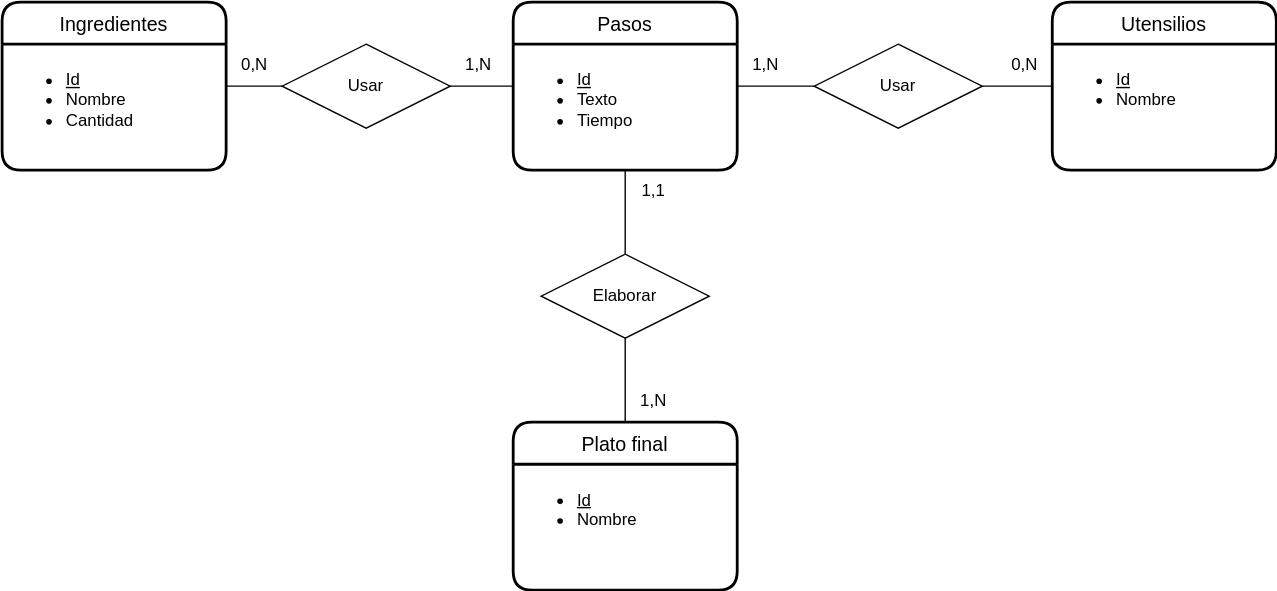
Before: UD12-09.svg, a diagram exported from draw.io (Jimxx22/C3-UD11-UML). Source tidied: cells renumbered, new cells last; positions are measured from the earlier drawing's top-left corner, leaving out a move shared by most shapes.
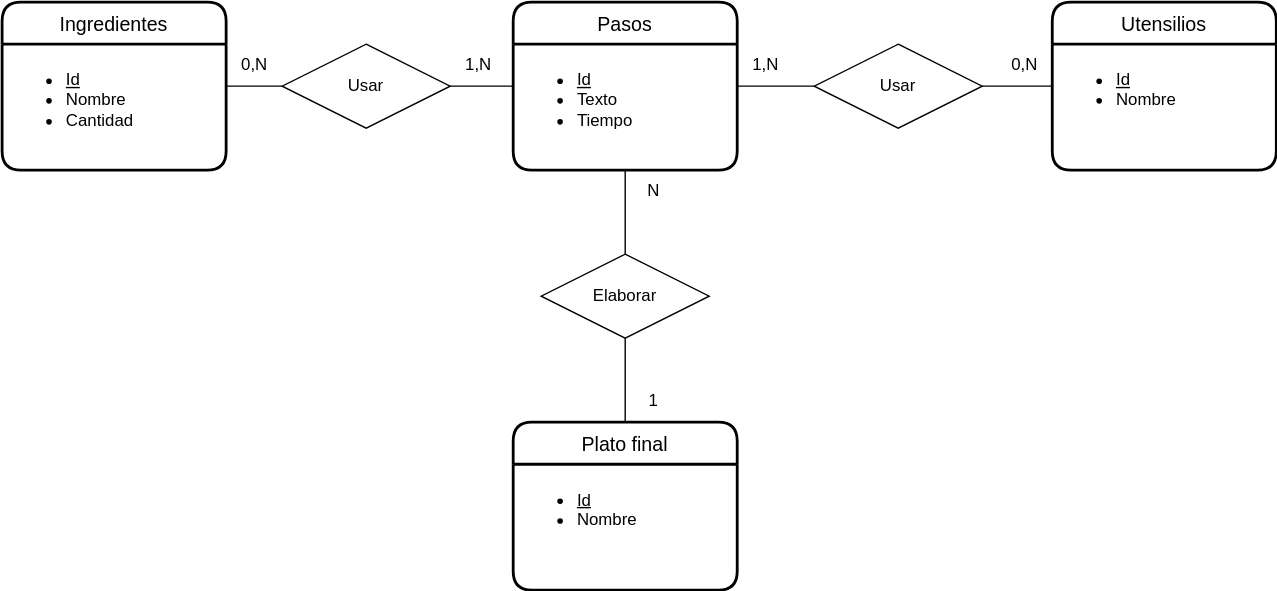
The same file after the commit.

Diff of the diagram source:
```diff
@@ -70,11 +70,11 @@
     <mxCell id="22" value="1,N" style="text;html=1;align=center;verticalAlign=middle;strokeColor=none;fillColor=none;" parent="1" vertex="1">
       <mxGeometry x="525" y="30" width="40" height="30" as="geometry" />
     </mxCell>
-    <mxCell id="23" value="1,1" style="text;html=1;align=center;verticalAlign=middle;strokeColor=none;fillColor=none;" parent="1" vertex="1">
-      <mxGeometry x="445" y="120" width="40" height="30" as="geometry" />
+    <mxCell id="23" value="1" style="text;html=1;align=center;verticalAlign=middle;strokeColor=none;fillColor=none;" parent="1" vertex="1">
+      <mxGeometry x="450" y="270" width="30" height="30" as="geometry" />
     </mxCell>
-    <mxCell id="24" value="1,N" style="text;html=1;align=center;verticalAlign=middle;strokeColor=none;fillColor=none;" parent="1" vertex="1">
-      <mxGeometry x="445" y="270" width="40" height="30" as="geometry" />
+    <mxCell id="24" value="N" style="text;html=1;align=center;verticalAlign=middle;strokeColor=none;fillColor=none;" parent="1" vertex="1">
+      <mxGeometry x="450" y="120" width="30" height="30" as="geometry" />
     </mxCell>
   </root>
 </mxGraphModel>
```
